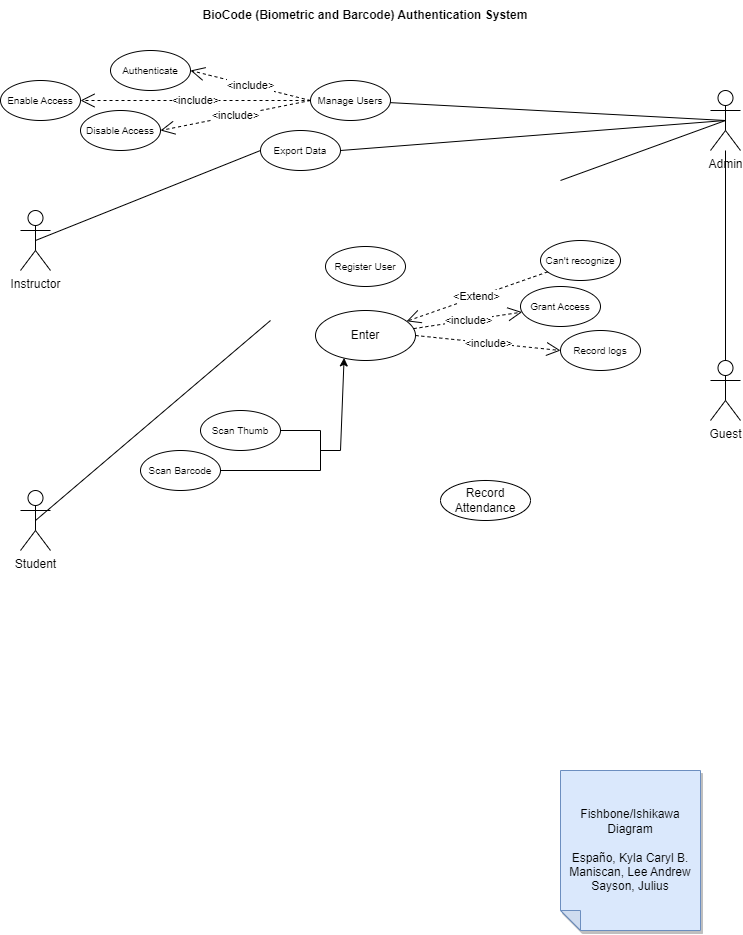
The draw.io diagram UseCaseDiagram.drawio.png in kaisunoo/Acads, before a commit. Source tidied: cells renumbered, new cells last; positions are measured from the earlier drawing's top-left corner, leaving out a move shared by most shapes.
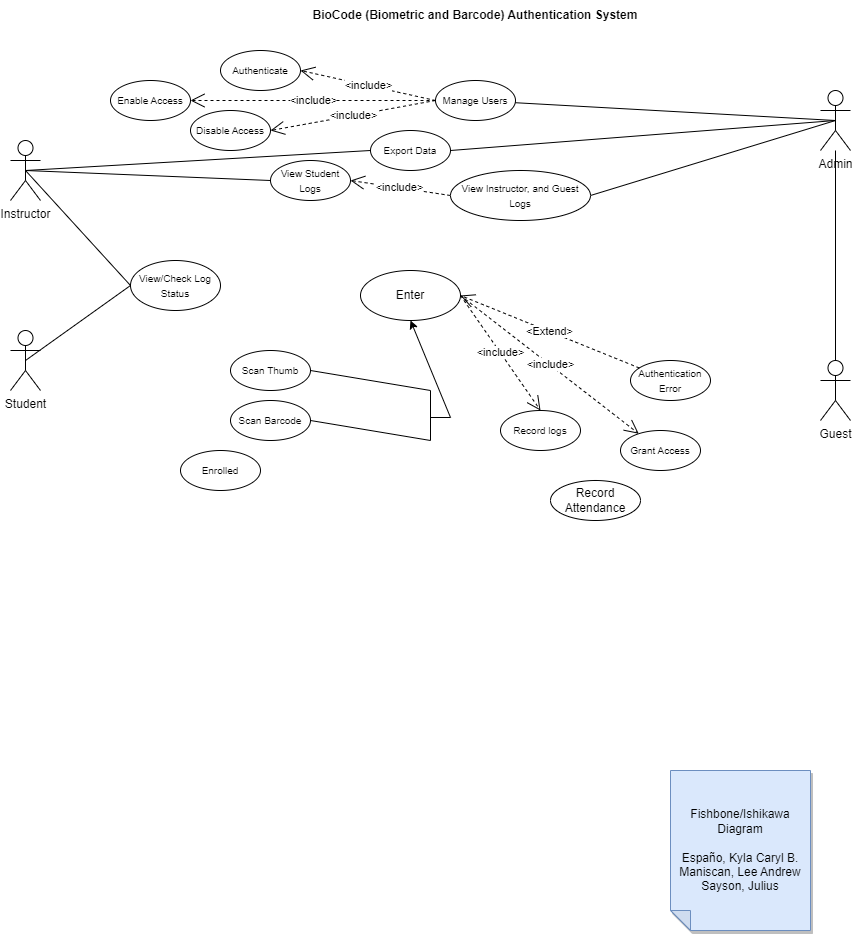
The same file after the commit.

Change to the diagram source:
```diff
@@ -3,97 +3,87 @@
     <mxCell id="0" />
     <mxCell id="1" parent="0" />
     <mxCell id="2" value="Student" style="shape=umlActor;verticalLabelPosition=bottom;verticalAlign=top;html=1;outlineConnect=0;" parent="1" vertex="1">
-      <mxGeometry x="20" y="490" width="30" height="60" as="geometry" />
+      <mxGeometry x="-100" y="330" width="30" height="60" as="geometry" />
     </mxCell>
     <mxCell id="3" value="Admin" style="shape=umlActor;verticalLabelPosition=bottom;verticalAlign=top;html=1;outlineConnect=0;" parent="1" vertex="1">
       <mxGeometry x="710" y="90" width="30" height="60" as="geometry" />
     </mxCell>
     <mxCell id="4" value="Instructor&lt;br&gt;" style="shape=umlActor;verticalLabelPosition=bottom;verticalAlign=top;html=1;outlineConnect=0;" parent="1" vertex="1">
-      <mxGeometry x="20" y="210" width="30" height="60" as="geometry" />
+      <mxGeometry x="-100" y="140" width="30" height="60" as="geometry" />
     </mxCell>
     <mxCell id="5" value="Guest" style="shape=umlActor;verticalLabelPosition=bottom;verticalAlign=top;html=1;outlineConnect=0;" parent="1" vertex="1">
       <mxGeometry x="710" y="360" width="30" height="60" as="geometry" />
     </mxCell>
     <mxCell id="6" value="Enter" style="ellipse;whiteSpace=wrap;html=1;" parent="1" vertex="1">
-      <mxGeometry x="315" y="310" width="100" height="50" as="geometry" />
+      <mxGeometry x="250" y="270" width="100" height="50" as="geometry" />
     </mxCell>
     <mxCell id="7" value="&lt;font style=&quot;font-size: 10px;&quot;&gt;Scan Thumb&lt;/font&gt;" style="ellipse;whiteSpace=wrap;html=1;" parent="1" vertex="1">
-      <mxGeometry x="200" y="410" width="80" height="40" as="geometry" />
+      <mxGeometry x="120" y="350" width="80" height="40" as="geometry" />
     </mxCell>
     <mxCell id="8" value="&lt;font style=&quot;font-size: 10px;&quot;&gt;Scan Barcode&lt;/font&gt;" style="ellipse;whiteSpace=wrap;html=1;" parent="1" vertex="1">
-      <mxGeometry x="140" y="450" width="80" height="40" as="geometry" />
+      <mxGeometry x="120" y="400" width="80" height="40" as="geometry" />
     </mxCell>
     <mxCell id="9" style="endArrow=none;html=1;rounded=0;exitX=1;exitY=0.5;exitDx=0;exitDy=0;" parent="1" edge="1" source="8">
       <mxGeometry relative="1" as="geometry">
-        <mxPoint x="320" y="470" as="targetPoint" />
+        <mxPoint x="320" y="440" as="targetPoint" />
       </mxGeometry>
     </mxCell>
     <mxCell id="10" style="endArrow=none;html=1;rounded=0;exitX=1;exitY=0.5;exitDx=0;exitDy=0;" parent="1" edge="1" source="7">
       <mxGeometry relative="1" as="geometry">
-        <mxPoint x="320" y="430" as="targetPoint" />
+        <mxPoint x="320" y="390" as="targetPoint" />
       </mxGeometry>
     </mxCell>
     <mxCell id="11" style="endArrow=none;html=1;rounded=0;" parent="1" edge="1">
       <mxGeometry relative="1" as="geometry">
-        <mxPoint x="320" y="470" as="sourcePoint" />
-        <mxPoint x="320" y="430" as="targetPoint" />
+        <mxPoint x="320" y="440" as="sourcePoint" />
+        <mxPoint x="320" y="390" as="targetPoint" />
       </mxGeometry>
     </mxCell>
-    <mxCell id="12" style="endArrow=classic;html=1;rounded=0;entryX=0.286;entryY=0.948;entryDx=0;entryDy=0;entryPerimeter=0;" parent="1" edge="1" target="6">
+    <mxCell id="12" style="endArrow=classic;html=1;rounded=0;entryX=0.5;entryY=1;entryDx=0;entryDy=0;" parent="1" edge="1" target="6">
       <mxGeometry relative="1" as="geometry">
-        <mxPoint x="320" y="450" as="sourcePoint" />
+        <mxPoint x="320" y="417" as="sourcePoint" />
         <Array as="points">
-          <mxPoint x="340" y="450" />
+          <mxPoint x="340" y="417" />
         </Array>
       </mxGeometry>
     </mxCell>
-    <mxCell id="13" style="endArrow=none;html=1;rounded=0;entryX=0.5;entryY=0.5;entryDx=0;entryDy=0;entryPerimeter=0;" parent="1" edge="1" target="3">
-      <mxGeometry relative="1" as="geometry">
-        <mxPoint x="560" y="180" as="sourcePoint" />
-      </mxGeometry>
-    </mxCell>
     <mxCell id="14" style="endArrow=none;html=1;rounded=0;exitX=0.5;exitY=0.5;exitDx=0;exitDy=0;exitPerimeter=0;entryX=0;entryY=0.5;entryDx=0;entryDy=0;" parent="1" edge="1" source="4" target="36">
       <mxGeometry relative="1" as="geometry" />
     </mxCell>
-    <mxCell id="15" style="endArrow=none;html=1;rounded=0;entryX=0.5;entryY=0.5;entryDx=0;entryDy=0;entryPerimeter=0;" parent="1" edge="1" target="2">
-      <mxGeometry relative="1" as="geometry">
-        <mxPoint x="270" y="320" as="sourcePoint" />
-      </mxGeometry>
+    <mxCell id="15" style="endArrow=none;html=1;rounded=0;entryX=0.5;entryY=0.5;entryDx=0;entryDy=0;entryPerimeter=0;exitX=0;exitY=0.5;exitDx=0;exitDy=0;" parent="1" edge="1" source="43" target="2">
+      <mxGeometry relative="1" as="geometry" />
     </mxCell>
     <mxCell id="16" value="Record Attendance" style="ellipse;whiteSpace=wrap;html=1;" parent="1" vertex="1">
       <mxGeometry x="440" y="480" width="90" height="40" as="geometry" />
     </mxCell>
     <mxCell id="17" value="Record logs" style="ellipse;whiteSpace=wrap;html=1;fontSize=10;" parent="1" vertex="1">
-      <mxGeometry x="560" y="330" width="80" height="40" as="geometry" />
+      <mxGeometry x="390" y="410" width="80" height="40" as="geometry" />
     </mxCell>
     <mxCell id="18" style="endArrow=none;html=1;rounded=0;exitX=0.5;exitY=0.5;exitDx=0;exitDy=0;exitPerimeter=0;entryX=1;entryY=0.5;entryDx=0;entryDy=0;" parent="1" edge="1" source="3" target="36">
       <mxGeometry relative="1" as="geometry" />
     </mxCell>
-    <mxCell id="19" value="&lt;font style=&quot;font-size: 10px;&quot;&gt;Can't recognize&lt;/font&gt;" style="ellipse;whiteSpace=wrap;html=1;" parent="1" vertex="1">
-      <mxGeometry x="540" y="240" width="80" height="40" as="geometry" />
+    <mxCell id="19" value="&lt;font style=&quot;font-size: 10px;&quot;&gt;Authentication Error&lt;/font&gt;" style="ellipse;whiteSpace=wrap;html=1;" parent="1" vertex="1">
+      <mxGeometry x="520" y="360" width="80" height="40" as="geometry" />
     </mxCell>
-    <mxCell id="20" value="&amp;lt;Extend&amp;gt;" style="endArrow=open;endSize=12;dashed=1;html=1;rounded=0;" parent="1" edge="1" source="19" target="6">
+    <mxCell id="20" value="&amp;lt;Extend&amp;gt;" style="endArrow=open;endSize=12;dashed=1;html=1;rounded=0;entryX=1;entryY=0.5;entryDx=0;entryDy=0;" parent="1" edge="1" source="19" target="6">
       <mxGeometry relative="1" as="geometry" />
     </mxCell>
     <mxCell id="21" value="&lt;font style=&quot;font-size: 10px;&quot;&gt;Manage Users&lt;/font&gt;" style="ellipse;whiteSpace=wrap;html=1;" parent="1" vertex="1">
-      <mxGeometry x="310" y="80" width="80" height="40" as="geometry" />
+      <mxGeometry x="325" y="80" width="80" height="40" as="geometry" />
     </mxCell>
-    <mxCell id="22" value="&lt;font style=&quot;font-size: 10px;&quot;&gt;Register User&lt;/font&gt;" style="ellipse;whiteSpace=wrap;html=1;" parent="1" vertex="1">
-      <mxGeometry x="325" y="246" width="80" height="40" as="geometry" />
-    </mxCell>
     <mxCell id="23" style="endArrow=none;html=1;rounded=0;exitX=0.5;exitY=0.5;exitDx=0;exitDy=0;exitPerimeter=0;" parent="1" edge="1" source="3" target="21">
       <mxGeometry relative="1" as="geometry" />
     </mxCell>
     <mxCell id="24" value="&lt;font style=&quot;font-size: 10px;&quot;&gt;Grant Access&lt;/font&gt;" style="ellipse;whiteSpace=wrap;html=1;" parent="1" vertex="1">
-      <mxGeometry x="520" y="286" width="80" height="40" as="geometry" />
+      <mxGeometry x="510" y="430" width="80" height="40" as="geometry" />
     </mxCell>
-    <mxCell id="25" value="&amp;lt;include&amp;gt;" style="endArrow=open;endSize=12;dashed=1;html=1;rounded=0;" parent="1" edge="1" source="6" target="24">
+    <mxCell id="25" value="&amp;lt;include&amp;gt;" style="endArrow=open;endSize=12;dashed=1;html=1;rounded=0;exitX=1;exitY=0.5;exitDx=0;exitDy=0;" parent="1" edge="1" source="6" target="24">
       <mxGeometry relative="1" as="geometry" />
     </mxCell>
     <mxCell id="26" value="Fishbone/Ishikawa Diagram&lt;br&gt;&lt;br&gt;Españo, Kyla Caryl B.&lt;br&gt;Maniscan, Lee Andrew&lt;br&gt;Sayson, Julius" style="shape=note;whiteSpace=wrap;html=1;backgroundOutline=1;darkOpacity=0.05;fillColor=#dae8fc;strokeColor=#6c8ebf;fillStyle=solid;direction=west;gradientDirection=north;shadow=1;size=20;" parent="1" vertex="1">
       <mxGeometry x="560" y="770" width="140" height="160" as="geometry" />
     </mxCell>
-    <mxCell id="27" value="&amp;lt;include&amp;gt;" style="endArrow=open;endSize=12;dashed=1;html=1;rounded=0;entryX=0;entryY=0.5;entryDx=0;entryDy=0;exitX=1;exitY=0.5;exitDx=0;exitDy=0;" parent="1" edge="1" source="6" target="17">
+    <mxCell id="27" value="&amp;lt;include&amp;gt;" style="endArrow=open;endSize=12;dashed=1;html=1;rounded=0;entryX=0.5;entryY=0;entryDx=0;entryDy=0;exitX=1;exitY=0.5;exitDx=0;exitDy=0;" parent="1" edge="1" source="6" target="17">
       <mxGeometry relative="1" as="geometry" />
     </mxCell>
     <mxCell id="28" style="endArrow=none;html=1;rounded=0;exitX=0.5;exitY=0;exitDx=0;exitDy=0;exitPerimeter=0;" parent="1" edge="1" source="5" target="3">
@@ -123,5 +113,29 @@
     <mxCell id="36" value="&lt;font style=&quot;font-size: 10px;&quot;&gt;Export Data&lt;/font&gt;" style="ellipse;whiteSpace=wrap;html=1;" parent="1" vertex="1">
       <mxGeometry x="260" y="130" width="80" height="40" as="geometry" />
     </mxCell>
+    <mxCell id="37" value="&lt;font style=&quot;font-size: 10px;&quot;&gt;View Student Logs&lt;/font&gt;" style="ellipse;whiteSpace=wrap;html=1;" parent="1" vertex="1">
+      <mxGeometry x="160" y="160" width="80" height="40" as="geometry" />
+    </mxCell>
+    <mxCell id="38" style="endArrow=none;html=1;rounded=0;entryX=0;entryY=0.5;entryDx=0;entryDy=0;exitX=0.5;exitY=0.5;exitDx=0;exitDy=0;exitPerimeter=0;" parent="1" edge="1" source="4" target="37">
+      <mxGeometry relative="1" as="geometry" />
+    </mxCell>
+    <mxCell id="39" value="&lt;font style=&quot;font-size: 10px;&quot;&gt;View Instructor, and Guest Logs&lt;/font&gt;" style="ellipse;whiteSpace=wrap;html=1;" parent="1" vertex="1">
+      <mxGeometry x="340" y="170" width="140" height="50" as="geometry" />
+    </mxCell>
+    <mxCell id="40" style="endArrow=none;html=1;rounded=0;entryX=0.5;entryY=0.5;entryDx=0;entryDy=0;entryPerimeter=0;exitX=1;exitY=0.5;exitDx=0;exitDy=0;" parent="1" edge="1" source="39" target="3">
+      <mxGeometry relative="1" as="geometry" />
+    </mxCell>
+    <mxCell id="41" value="&amp;lt;include&amp;gt;" style="endArrow=open;endSize=12;dashed=1;html=1;rounded=0;exitX=0;exitY=0.5;exitDx=0;exitDy=0;entryX=1;entryY=0.5;entryDx=0;entryDy=0;" parent="1" edge="1" source="39" target="37">
+      <mxGeometry relative="1" as="geometry" />
+    </mxCell>
+    <mxCell id="42" value="&lt;font style=&quot;font-size: 10px;&quot;&gt;Enrolled&lt;/font&gt;" style="ellipse;whiteSpace=wrap;html=1;" parent="1" vertex="1">
+      <mxGeometry x="70" y="450" width="80" height="40" as="geometry" />
+    </mxCell>
+    <mxCell id="43" value="&lt;font style=&quot;font-size: 10px;&quot;&gt;View/Check Log Status&lt;/font&gt;" style="ellipse;whiteSpace=wrap;html=1;" parent="1" vertex="1">
+      <mxGeometry x="20" y="260" width="90" height="50" as="geometry" />
+    </mxCell>
+    <mxCell id="44" style="endArrow=none;html=1;rounded=0;exitX=0.5;exitY=0.5;exitDx=0;exitDy=0;exitPerimeter=0;entryX=0;entryY=0.5;entryDx=0;entryDy=0;" parent="1" edge="1" source="4" target="43">
+      <mxGeometry relative="1" as="geometry" />
+    </mxCell>
   </root>
 </mxGraphModel>
```
